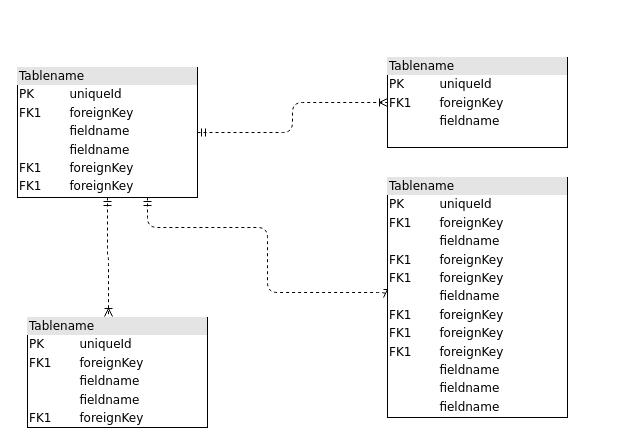
Above: design/dbdesign.drawio in noginpavlo/julia (draw.io), before the change. Source tidied: cells renumbered, new cells numbered last; positions are measured from the earlier drawing's top-left corner, leaving out a move shared by most shapes. Both pictures are drawn from the tidied source at 100%, with x=0, y=0 at pixel (17, 57).
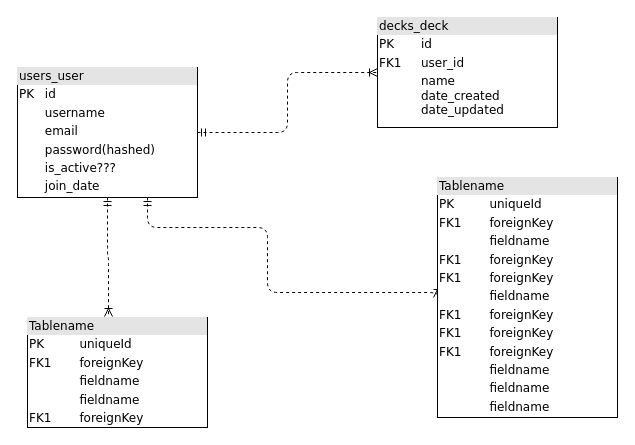
Above is the later version.

What changed in the source:
```diff
@@
 <mxGraphModel>
   <root>
     <mxCell id="0" />
     <mxCell id="1" parent="0" />
     <mxCell id="2" style="edgeStyle=orthogonalEdgeStyle;html=1;entryX=0.45;entryY=-0.009;dashed=1;labelBackgroundColor=none;startArrow=ERmandOne;endArrow=ERoneToMany;fontFamily=Verdana;fontSize=12;align=left;entryDx=0;entryDy=0;entryPerimeter=0;" parent="1" edge="1" source="5" target="6">
       <mxGeometry relative="1" as="geometry" />
     </mxCell>
     <mxCell id="3" style="edgeStyle=orthogonalEdgeStyle;html=1;dashed=1;labelBackgroundColor=none;startArrow=ERmandOne;endArrow=ERoneToMany;fontFamily=Verdana;fontSize=12;align=left;entryX=0;entryY=0.5;" parent="1" edge="1" source="5" target="7">
       <mxGeometry relative="1" as="geometry">
         <Array as="points">
           <mxPoint x="130" y="170" />
           <mxPoint x="250" y="170" />
           <mxPoint x="250" y="235" />
         </Array>
       </mxGeometry>
     </mxCell>
     <mxCell id="4" style="edgeStyle=orthogonalEdgeStyle;html=1;dashed=1;labelBackgroundColor=none;startArrow=ERmandOne;endArrow=ERoneToMany;fontFamily=Verdana;fontSize=12;align=left;" parent="1" edge="1" source="5" target="8">
       <mxGeometry relative="1" as="geometry" />
     </mxCell>
-    <mxCell id="5" value="&lt;div style=&quot;box-sizing: border-box ; width: 100% ; background: #e4e4e4 ; padding: 2px&quot;&gt;Tablename&lt;/div&gt;&lt;table style=&quot;width: 100% ; font-size: 1em&quot; cellpadding=&quot;2&quot; cellspacing=&quot;0&quot;&gt;&lt;tbody&gt;&lt;tr&gt;&lt;td&gt;PK&lt;/td&gt;&lt;td&gt;uniqueId&lt;/td&gt;&lt;/tr&gt;&lt;tr&gt;&lt;td&gt;FK1&lt;/td&gt;&lt;td&gt;foreignKey&lt;/td&gt;&lt;/tr&gt;&lt;tr&gt;&lt;td&gt;&lt;/td&gt;&lt;td&gt;fieldname&lt;/td&gt;&lt;/tr&gt;&lt;tr&gt;&lt;td&gt;&lt;br&gt;&lt;/td&gt;&lt;td&gt;fieldname&lt;br&gt;&lt;/td&gt;&lt;/tr&gt;&lt;tr&gt;&lt;td&gt;FK1&lt;br&gt;&lt;/td&gt;&lt;td&gt;foreignKey&lt;br&gt;&lt;/td&gt;&lt;/tr&gt;&lt;tr&gt;&lt;td&gt;FK1&lt;br&gt;&lt;/td&gt;&lt;td&gt;foreignKey&lt;br&gt;&lt;/td&gt;&lt;/tr&gt;&lt;/tbody&gt;&lt;/table&gt;" style="verticalAlign=top;align=left;overflow=fill;html=1;rounded=0;shadow=0;comic=0;labelBackgroundColor=none;strokeWidth=1;fontFamily=Verdana;fontSize=12;" parent="1" vertex="1">
+    <mxCell id="5" value="&lt;div style=&quot;box-sizing: border-box ; width: 100% ; background: #e4e4e4 ; padding: 2px&quot;&gt;users_user&lt;/div&gt;&lt;table style=&quot;width: 100% ; font-size: 1em&quot; cellpadding=&quot;2&quot; cellspacing=&quot;0&quot;&gt;&lt;tbody&gt;&lt;tr&gt;&lt;td&gt;PK&lt;/td&gt;&lt;td&gt;id&lt;/td&gt;&lt;/tr&gt;&lt;tr&gt;&lt;td&gt;&lt;br&gt;&lt;/td&gt;&lt;td&gt;username&lt;/td&gt;&lt;/tr&gt;&lt;tr&gt;&lt;td&gt;&lt;br&gt;&lt;/td&gt;&lt;td&gt;email&lt;/td&gt;&lt;/tr&gt;&lt;tr&gt;&lt;td&gt;&lt;br&gt;&lt;/td&gt;&lt;td&gt;password(hashed)&lt;/td&gt;&lt;/tr&gt;&lt;tr&gt;&lt;td&gt;&lt;br&gt;&lt;/td&gt;&lt;td&gt;is_active???&lt;/td&gt;&lt;/tr&gt;&lt;tr&gt;&lt;td&gt;&lt;br&gt;&lt;/td&gt;&lt;td&gt;join_date&lt;/td&gt;&lt;/tr&gt;&lt;/tbody&gt;&lt;/table&gt;" style="verticalAlign=top;align=left;overflow=fill;html=1;rounded=0;shadow=0;comic=0;labelBackgroundColor=none;strokeWidth=1;fontFamily=Verdana;fontSize=12;" parent="1" vertex="1">
       <mxGeometry y="10" width="180" height="130" as="geometry" />
     </mxCell>
     <mxCell id="6" value="&lt;div style=&quot;box-sizing: border-box ; width: 100% ; background: #e4e4e4 ; padding: 2px&quot;&gt;Tablename&lt;/div&gt;&lt;table style=&quot;width: 100% ; font-size: 1em&quot; cellpadding=&quot;2&quot; cellspacing=&quot;0&quot;&gt;&lt;tbody&gt;&lt;tr&gt;&lt;td&gt;PK&lt;/td&gt;&lt;td&gt;uniqueId&lt;/td&gt;&lt;/tr&gt;&lt;tr&gt;&lt;td&gt;FK1&lt;/td&gt;&lt;td&gt;foreignKey&lt;/td&gt;&lt;/tr&gt;&lt;tr&gt;&lt;td&gt;&lt;/td&gt;&lt;td&gt;fieldname&lt;/td&gt;&lt;/tr&gt;&lt;tr&gt;&lt;td&gt;&lt;br&gt;&lt;/td&gt;&lt;td&gt;fieldname&lt;br&gt;&lt;/td&gt;&lt;/tr&gt;&lt;tr&gt;&lt;td&gt;FK1&lt;br&gt;&lt;/td&gt;&lt;td&gt;foreignKey&lt;br&gt;&lt;/td&gt;&lt;/tr&gt;&lt;/tbody&gt;&lt;/table&gt;" style="verticalAlign=top;align=left;overflow=fill;html=1;rounded=0;shadow=0;comic=0;labelBackgroundColor=none;strokeWidth=1;fontFamily=Verdana;fontSize=12;" parent="1" vertex="1">
       <mxGeometry x="10" y="260" width="180" height="110" as="geometry" />
     </mxCell>
     <mxCell id="7" value="&lt;div style=&quot;box-sizing: border-box ; width: 100% ; background: #e4e4e4 ; padding: 2px&quot;&gt;Tablename&lt;/div&gt;&lt;table style=&quot;width: 100% ; font-size: 1em&quot; cellpadding=&quot;2&quot; cellspacing=&quot;0&quot;&gt;&lt;tbody&gt;&lt;tr&gt;&lt;td&gt;PK&lt;/td&gt;&lt;td&gt;uniqueId&lt;/td&gt;&lt;/tr&gt;&lt;tr&gt;&lt;td&gt;FK1&lt;/td&gt;&lt;td&gt;foreignKey&lt;/td&gt;&lt;/tr&gt;&lt;tr&gt;&lt;td&gt;&lt;/td&gt;&lt;td&gt;fieldname&lt;/td&gt;&lt;/tr&gt;&lt;tr&gt;&lt;td&gt;FK1&lt;br&gt;&lt;/td&gt;&lt;td&gt;foreignKey&lt;br&gt;&lt;/td&gt;&lt;/tr&gt;&lt;tr&gt;&lt;td&gt;FK1&lt;br&gt;&lt;/td&gt;&lt;td&gt;foreignKey&lt;br&gt;&lt;/td&gt;&lt;/tr&gt;&lt;tr&gt;&lt;td&gt;&lt;br&gt;&lt;/td&gt;&lt;td&gt;fieldname&lt;br&gt;&lt;/td&gt;&lt;/tr&gt;&lt;tr&gt;&lt;td&gt;FK1&lt;br&gt;&lt;/td&gt;&lt;td&gt;foreignKey&lt;br&gt;&lt;/td&gt;&lt;/tr&gt;&lt;tr&gt;&lt;td&gt;FK1&lt;br&gt;&lt;/td&gt;&lt;td&gt;foreignKey&lt;br&gt;&lt;/td&gt;&lt;/tr&gt;&lt;tr&gt;&lt;td&gt;FK1&lt;br&gt;&lt;/td&gt;&lt;td&gt;foreignKey&lt;br&gt;&lt;/td&gt;&lt;/tr&gt;&lt;tr&gt;&lt;td&gt;&lt;br&gt;&lt;/td&gt;&lt;td&gt;fieldname&lt;br&gt;&lt;/td&gt;&lt;/tr&gt;&lt;tr&gt;&lt;td&gt;&lt;br&gt;&lt;/td&gt;&lt;td&gt;fieldname&lt;br&gt;&lt;/td&gt;&lt;/tr&gt;&lt;tr&gt;&lt;td&gt;&lt;br&gt;&lt;/td&gt;&lt;td&gt;fieldname&lt;br&gt;&lt;/td&gt;&lt;/tr&gt;&lt;/tbody&gt;&lt;/table&gt;" style="verticalAlign=top;align=left;overflow=fill;html=1;rounded=0;shadow=0;comic=0;labelBackgroundColor=none;strokeWidth=1;fontFamily=Verdana;fontSize=12;" parent="1" vertex="1">
-      <mxGeometry x="370" y="120" width="180" height="240" as="geometry" />
+      <mxGeometry x="420" y="120" width="180" height="240" as="geometry" />
     </mxCell>
-    <mxCell id="8" value="&lt;div style=&quot;box-sizing:border-box;width:100%;background:#e4e4e4;padding:2px;&quot;&gt;Tablename&lt;/div&gt;&lt;table style=&quot;width:100%;font-size:1em;&quot; cellpadding=&quot;2&quot; cellspacing=&quot;0&quot;&gt;&lt;tr&gt;&lt;td&gt;PK&lt;/td&gt;&lt;td&gt;uniqueId&lt;/td&gt;&lt;/tr&gt;&lt;tr&gt;&lt;td&gt;FK1&lt;/td&gt;&lt;td&gt;foreignKey&lt;/td&gt;&lt;/tr&gt;&lt;tr&gt;&lt;td&gt;&lt;/td&gt;&lt;td&gt;fieldname&lt;/td&gt;&lt;/tr&gt;&lt;/table&gt;" style="verticalAlign=top;align=left;overflow=fill;html=1;rounded=0;shadow=0;comic=0;labelBackgroundColor=none;strokeWidth=1;fontFamily=Verdana;fontSize=12;" parent="1" vertex="1">
-      <mxGeometry x="370" width="180" height="90" as="geometry" />
+    <mxCell id="8" value="&lt;div style=&quot;box-sizing:border-box;width:100%;background:#e4e4e4;padding:2px;&quot;&gt;decks_deck&lt;/div&gt;&lt;table style=&quot;width:100%;font-size:1em;&quot; cellpadding=&quot;2&quot; cellspacing=&quot;0&quot;&gt;&lt;tbody&gt;&lt;tr&gt;&lt;td&gt;PK&lt;/td&gt;&lt;td&gt;id&lt;/td&gt;&lt;/tr&gt;&lt;tr&gt;&lt;td&gt;FK1&lt;/td&gt;&lt;td&gt;user_id&lt;/td&gt;&lt;/tr&gt;&lt;tr&gt;&lt;td&gt;&lt;/td&gt;&lt;td&gt;name&lt;br&gt;date_created&lt;br&gt;date_updated&lt;br&gt;&lt;br&gt;&lt;br&gt;&lt;br&gt;&lt;/td&gt;&lt;/tr&gt;&lt;/tbody&gt;&lt;/table&gt;" style="verticalAlign=top;align=left;overflow=fill;html=1;rounded=0;shadow=0;comic=0;labelBackgroundColor=none;strokeWidth=1;fontFamily=Verdana;fontSize=12;" parent="1" vertex="1">
+      <mxGeometry x="360" y="-40" width="180" height="110" as="geometry" />
     </mxCell>
   </root>
 </mxGraphModel>
```
